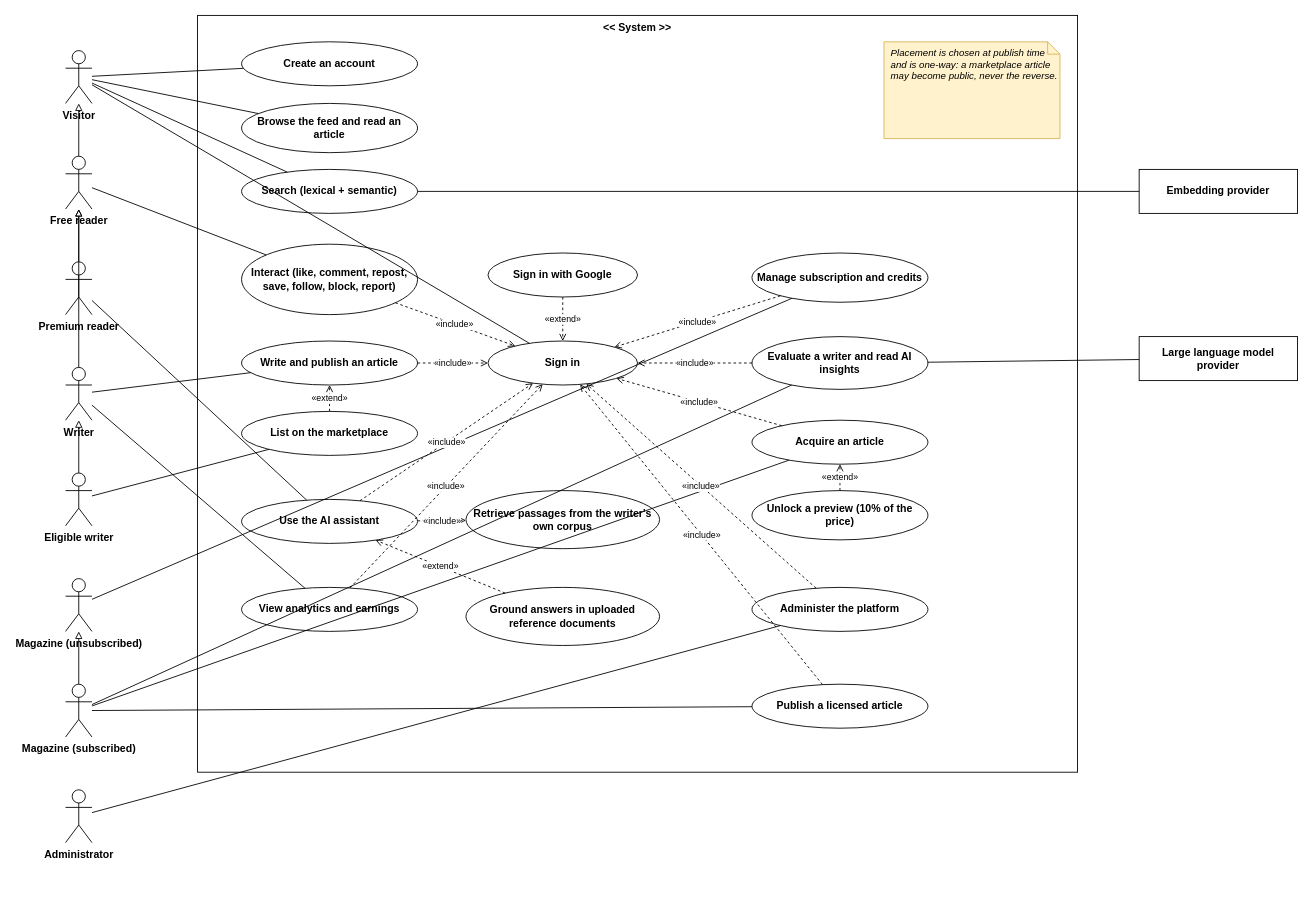
The draw.io diagram diagrams/fig-2-1-use-case-global/fig-2-1-use-case-global.drawio in inkwell-dev/spec.inkwell.ai, before the edit. Source tidied: cells renumbered, new cells numbered last; positions are measured from the earlier drawing's top-left corner, leaving out a move shared by most shapes. Both pictures are drawn from the tidied source at 88%, with x=0, y=0 at pixel (65, 15).
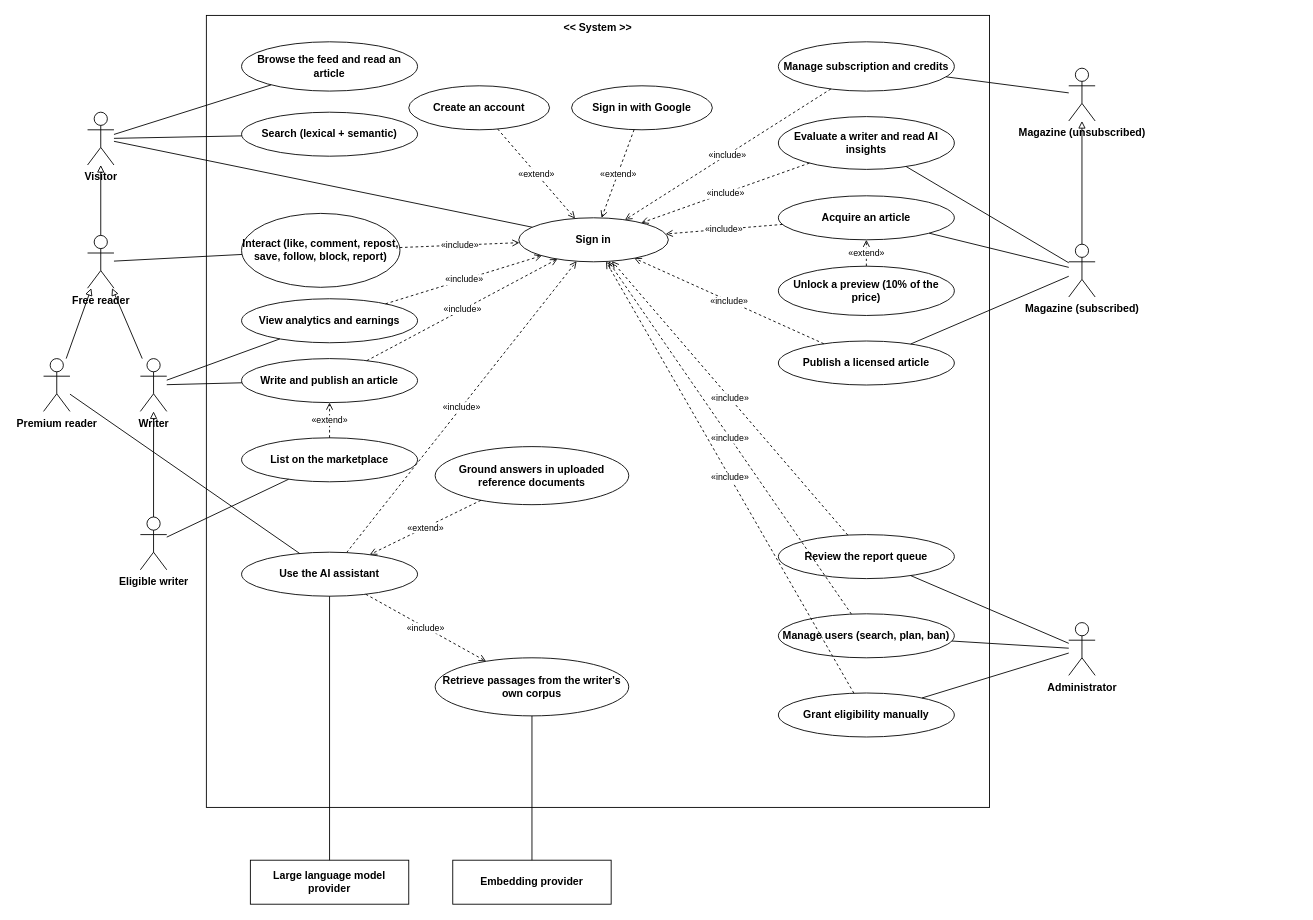
After the change.

What changed in the source:
```diff
@@
     <mxCell id="2" value="&lt;&lt; System &gt;&gt;" style="rounded=0;whiteSpace=wrap;html=1;verticalAlign=top;fontStyle=1;fontSize=12;" parent="1" vertex="1">
-      <mxGeometry x="150" width="1000" height="860" as="geometry" />
+      <mxGeometry x="160" width="890" height="900" as="geometry" />
     </mxCell>
     <mxCell id="3" value="Visitor" style="shape=umlActor;verticalLabelPosition=bottom;verticalAlign=top;html=1;outlineConnect=0;fontStyle=1;fontSize=12;" parent="1" vertex="1">
-      <mxGeometry y="40" width="30" height="60" as="geometry" />
+      <mxGeometry x="25" y="110" width="30" height="60" as="geometry" />
     </mxCell>
     <mxCell id="4" value="Free reader" style="shape=umlActor;verticalLabelPosition=bottom;verticalAlign=top;html=1;outlineConnect=0;fontStyle=1;fontSize=12;" parent="1" vertex="1">
-      <mxGeometry y="160" width="30" height="60" as="geometry" />
+      <mxGeometry x="25" y="250" width="30" height="60" as="geometry" />
     </mxCell>
     <mxCell id="5" value="Premium reader" style="shape=umlActor;verticalLabelPosition=bottom;verticalAlign=top;html=1;outlineConnect=0;fontStyle=1;fontSize=12;" parent="1" vertex="1">
-      <mxGeometry y="280" width="30" height="60" as="geometry" />
+      <mxGeometry x="-25" y="390" width="30" height="60" as="geometry" />
     </mxCell>
     <mxCell id="6" value="Writer" style="shape=umlActor;verticalLabelPosition=bottom;verticalAlign=top;html=1;outlineConnect=0;fontStyle=1;fontSize=12;" parent="1" vertex="1">
-      <mxGeometry y="400" width="30" height="60" as="geometry" />
+      <mxGeometry x="85" y="390" width="30" height="60" as="geometry" />
     </mxCell>
     <mxCell id="7" value="Eligible writer" style="shape=umlActor;verticalLabelPosition=bottom;verticalAlign=top;html=1;outlineConnect=0;fontStyle=1;fontSize=12;" parent="1" vertex="1">
-      <mxGeometry y="520" width="30" height="60" as="geometry" />
+      <mxGeometry x="85" y="570" width="30" height="60" as="geometry" />
     </mxCell>
     <mxCell id="8" value="Magazine (unsubscribed)" style="shape=umlActor;verticalLabelPosition=bottom;verticalAlign=top;html=1;outlineConnect=0;fontStyle=1;fontSize=12;" parent="1" vertex="1">
-      <mxGeometry y="640" width="30" height="60" as="geometry" />
+      <mxGeometry x="1140" y="60" width="30" height="60" as="geometry" />
     </mxCell>
     <mxCell id="9" value="Magazine (subscribed)" style="shape=umlActor;verticalLabelPosition=bottom;verticalAlign=top;html=1;outlineConnect=0;fontStyle=1;fontSize=12;" parent="1" vertex="1">
-      <mxGeometry y="760" width="30" height="60" as="geometry" />
+      <mxGeometry x="1140" y="260" width="30" height="60" as="geometry" />
     </mxCell>
     <mxCell id="10" value="Administrator" style="shape=umlActor;verticalLabelPosition=bottom;verticalAlign=top;html=1;outlineConnect=0;fontStyle=1;fontSize=12;" parent="1" vertex="1">
-      <mxGeometry y="880" width="30" height="60" as="geometry" />
+      <mxGeometry x="1140" y="690" width="30" height="60" as="geometry" />
     </mxCell>
-    <mxCell id="11" value="Create an account" style="ellipse;whiteSpace=wrap;html=1;fontStyle=1;fontSize=12;" parent="1" vertex="1">
-      <mxGeometry x="200" y="30" width="200" height="50" as="geometry" />
-    </mxCell>
     <mxCell id="12" value="Browse the feed and read an article" style="ellipse;whiteSpace=wrap;html=1;fontStyle=1;fontSize=12;" parent="1" vertex="1">
-      <mxGeometry x="200" y="100" width="200" height="56" as="geometry" />
+      <mxGeometry x="200" y="30" width="200" height="56" as="geometry" />
     </mxCell>
     <mxCell id="13" value="Search (lexical + semantic)" style="ellipse;whiteSpace=wrap;html=1;fontStyle=1;fontSize=12;" parent="1" vertex="1">
-      <mxGeometry x="200" y="175" width="200" height="50" as="geometry" />
+      <mxGeometry x="200" y="110" width="200" height="50" as="geometry" />
     </mxCell>
     <mxCell id="14" value="Interact (like, comment, repost, save, follow, block, report)" style="ellipse;whiteSpace=wrap;html=1;fontStyle=1;fontSize=12;" parent="1" vertex="1">
-      <mxGeometry x="200" y="260" width="200" height="80" as="geometry" />
+      <mxGeometry x="200" y="225" width="180" height="84" as="geometry" />
     </mxCell>
     <mxCell id="15" value="Write and publish an article" style="ellipse;whiteSpace=wrap;html=1;fontStyle=1;fontSize=12;" parent="1" vertex="1">
-      <mxGeometry x="200" y="370" width="200" height="50" as="geometry" />
+      <mxGeometry x="200" y="390" width="200" height="50" as="geometry" />
     </mxCell>
     <mxCell id="16" value="List on the marketplace" style="ellipse;whiteSpace=wrap;html=1;fontStyle=1;fontSize=12;" parent="1" vertex="1">
-      <mxGeometry x="200" y="450" width="200" height="50" as="geometry" />
+      <mxGeometry x="200" y="480" width="200" height="50" as="geometry" />
     </mxCell>
     <mxCell id="17" value="Use the AI assistant" style="ellipse;whiteSpace=wrap;html=1;fontStyle=1;fontSize=12;" parent="1" vertex="1">
-      <mxGeometry x="200" y="550" width="200" height="50" as="geometry" />
+      <mxGeometry x="200" y="610" width="200" height="50" as="geometry" />
     </mxCell>
     <mxCell id="18" value="View analytics and earnings" style="ellipse;whiteSpace=wrap;html=1;fontStyle=1;fontSize=12;" parent="1" vertex="1">
-      <mxGeometry x="200" y="650" width="200" height="50" as="geometry" />
+      <mxGeometry x="200" y="322" width="200" height="50" as="geometry" />
     </mxCell>
+    <mxCell id="11" value="Create an account" style="ellipse;whiteSpace=wrap;html=1;fontStyle=1;fontSize=12;" parent="1" vertex="1">
+      <mxGeometry x="390" y="80" width="160" height="50" as="geometry" />
+    </mxCell>
     <mxCell id="19" value="Sign in with Google" style="ellipse;whiteSpace=wrap;html=1;fontStyle=1;fontSize=12;" parent="1" vertex="1">
-      <mxGeometry x="480" y="270" width="170" height="50" as="geometry" />
+      <mxGeometry x="575" y="80" width="160" height="50" as="geometry" />
     </mxCell>
     <mxCell id="20" value="Sign in" style="ellipse;whiteSpace=wrap;html=1;fontStyle=1;fontSize=12;" parent="1" vertex="1">
-      <mxGeometry x="480" y="370" width="170" height="50" as="geometry" />
+      <mxGeometry x="515" y="230" width="170" height="50" as="geometry" />
     </mxCell>
     <mxCell id="21" value="Retrieve passages from the writer's own corpus" style="ellipse;whiteSpace=wrap;html=1;fontStyle=1;fontSize=12;" parent="1" vertex="1">
-      <mxGeometry x="455" y="540" width="220" height="66" as="geometry" />
+      <mxGeometry x="420" y="730" width="220" height="66" as="geometry" />
     </mxCell>
     <mxCell id="22" value="Ground answers in uploaded reference documents" style="ellipse;whiteSpace=wrap;html=1;fontStyle=1;fontSize=12;" parent="1" vertex="1">
-      <mxGeometry x="455" y="650" width="220" height="66" as="geometry" />
+      <mxGeometry x="420" y="490" width="220" height="66" as="geometry" />
     </mxCell>
     <mxCell id="23" value="Manage subscription and credits" style="ellipse;whiteSpace=wrap;html=1;fontStyle=1;fontSize=12;" parent="1" vertex="1">
-      <mxGeometry x="780" y="270" width="200" height="56" as="geometry" />
+      <mxGeometry x="810" y="30" width="200" height="56" as="geometry" />
     </mxCell>
     <mxCell id="24" value="Evaluate a writer and read AI insights" style="ellipse;whiteSpace=wrap;html=1;fontStyle=1;fontSize=12;" parent="1" vertex="1">
-      <mxGeometry x="780" y="365" width="200" height="60" as="geometry" />
+      <mxGeometry x="810" y="115" width="200" height="60" as="geometry" />
     </mxCell>
     <mxCell id="25" value="Acquire an article" style="ellipse;whiteSpace=wrap;html=1;fontStyle=1;fontSize=12;" parent="1" vertex="1">
-      <mxGeometry x="780" y="460" width="200" height="50" as="geometry" />
+      <mxGeometry x="810" y="205" width="200" height="50" as="geometry" />
     </mxCell>
     <mxCell id="26" value="Unlock a preview (10% of the price)" style="ellipse;whiteSpace=wrap;html=1;fontStyle=1;fontSize=12;" parent="1" vertex="1">
-      <mxGeometry x="780" y="540" width="200" height="56" as="geometry" />
+      <mxGeometry x="810" y="285" width="200" height="56" as="geometry" />
     </mxCell>
-    <mxCell id="27" value="Administer the platform" style="ellipse;whiteSpace=wrap;html=1;fontStyle=1;fontSize=12;" parent="1" vertex="1">
-      <mxGeometry x="780" y="650" width="200" height="50" as="geometry" />
-    </mxCell>
     <mxCell id="28" value="Publish a licensed article" style="ellipse;whiteSpace=wrap;html=1;fontStyle=1;fontSize=12;" parent="1" vertex="1">
-      <mxGeometry x="780" y="760" width="200" height="50" as="geometry" />
+      <mxGeometry x="810" y="370" width="200" height="50" as="geometry" />
     </mxCell>
+    <mxCell id="67" value="Review the report queue" style="ellipse;whiteSpace=wrap;html=1;fontStyle=1;fontSize=12;" parent="1" vertex="1">
+      <mxGeometry x="810" y="590" width="200" height="50" as="geometry" />
+    </mxCell>
+    <mxCell id="68" value="Manage users (search, plan, ban)" style="ellipse;whiteSpace=wrap;html=1;fontStyle=1;fontSize=12;" parent="1" vertex="1">
+      <mxGeometry x="810" y="680" width="200" height="50" as="geometry" />
+    </mxCell>
+    <mxCell id="69" value="Grant eligibility manually" style="ellipse;whiteSpace=wrap;html=1;fontStyle=1;fontSize=12;" parent="1" vertex="1">
+      <mxGeometry x="810" y="770" width="200" height="50" as="geometry" />
+    </mxCell>
+    <mxCell id="30" value="Embedding provider" style="rounded=0;whiteSpace=wrap;html=1;fontStyle=1;fontSize=12;" parent="1" vertex="1">
+      <mxGeometry x="440" y="960" width="180" height="50" as="geometry" />
+    </mxCell>
     <mxCell id="29" value="Large language model provider" style="rounded=0;whiteSpace=wrap;html=1;fontStyle=1;fontSize=12;" parent="1" vertex="1">
-      <mxGeometry x="1220" y="365" width="180" height="50" as="geometry" />
+      <mxGeometry x="210" y="960" width="180" height="50" as="geometry" />
     </mxCell>
-    <mxCell id="30" value="Embedding provider" style="rounded=0;whiteSpace=wrap;html=1;fontStyle=1;fontSize=12;" parent="1" vertex="1">
-      <mxGeometry x="1220" y="175" width="180" height="50" as="geometry" />
-    </mxCell>
-    <mxCell id="31" value="Placement is chosen at publish time and is one-way: a marketplace article may become public, never the reverse." style="shape=note;whiteSpace=wrap;html=1;fillColor=#FFF2CC;strokeColor=#D6B656;size=14;fontStyle=2;fontSize=11;align=left;verticalAlign=top;spacingLeft=6;" parent="1" vertex="1">
-      <mxGeometry x="930" y="30" width="200" height="110" as="geometry" />
-    </mxCell>
@@
-    <mxCell id="37" style="endArrow=none;html=1;edgeStyle=none;rounded=0;strokeColor=#000000;" parent="1" edge="1" source="3" target="11">
+    <mxCell id="37" style="endArrow=none;html=1;edgeStyle=none;rounded=0;strokeColor=#000000;" parent="1" edge="1" source="3" target="12">
       <mxGeometry relative="1" as="geometry" />
     </mxCell>
-    <mxCell id="38" style="endArrow=none;html=1;edgeStyle=none;rounded=0;strokeColor=#000000;" parent="1" edge="1" source="3" target="12">
+    <mxCell id="38" style="endArrow=none;html=1;edgeStyle=none;rounded=0;strokeColor=#000000;" parent="1" edge="1" source="3" target="13">
       <mxGeometry relative="1" as="geometry" />
     </mxCell>
-    <mxCell id="39" style="endArrow=none;html=1;edgeStyle=none;rounded=0;strokeColor=#000000;" parent="1" edge="1" source="3" target="13">
+    <mxCell id="39" style="endArrow=none;html=1;edgeStyle=none;rounded=0;strokeColor=#000000;" parent="1" edge="1" source="3" target="20">
       <mxGeometry relative="1" as="geometry" />
     </mxCell>
-    <mxCell id="40" style="endArrow=none;html=1;edgeStyle=none;rounded=0;strokeColor=#000000;" parent="1" edge="1" source="3" target="20">
+    <mxCell id="40" style="endArrow=none;html=1;edgeStyle=none;rounded=0;strokeColor=#000000;" parent="1" edge="1" source="4" target="14">
       <mxGeometry relative="1" as="geometry" />
     </mxCell>
-    <mxCell id="41" style="endArrow=none;html=1;edgeStyle=none;rounded=0;strokeColor=#000000;" parent="1" edge="1" source="4" target="14">
+    <mxCell id="41" style="endArrow=none;html=1;edgeStyle=none;rounded=0;strokeColor=#000000;" parent="1" edge="1" source="5" target="17">
       <mxGeometry relative="1" as="geometry" />
     </mxCell>
-    <mxCell id="42" style="endArrow=none;html=1;edgeStyle=none;rounded=0;strokeColor=#000000;" parent="1" edge="1" source="5" target="17">
+    <mxCell id="42" style="endArrow=none;html=1;edgeStyle=none;rounded=0;strokeColor=#000000;" parent="1" edge="1" source="6" target="15">
       <mxGeometry relative="1" as="geometry" />
     </mxCell>
-    <mxCell id="43" style="endArrow=none;html=1;edgeStyle=none;rounded=0;strokeColor=#000000;" parent="1" edge="1" source="6" target="15">
+    <mxCell id="43" style="endArrow=none;html=1;edgeStyle=none;rounded=0;strokeColor=#000000;" parent="1" edge="1" source="6" target="18">
       <mxGeometry relative="1" as="geometry" />
     </mxCell>
-    <mxCell id="44" style="endArrow=none;html=1;edgeStyle=none;rounded=0;strokeColor=#000000;" parent="1" edge="1" source="6" target="18">
+    <mxCell id="44" style="endArrow=none;html=1;edgeStyle=none;rounded=0;strokeColor=#000000;" parent="1" edge="1" source="7" target="16">
       <mxGeometry relative="1" as="geometry" />
     </mxCell>
-    <mxCell id="45" style="endArrow=none;html=1;edgeStyle=none;rounded=0;strokeColor=#000000;" parent="1" edge="1" source="7" target="16">
+    <mxCell id="45" style="endArrow=none;html=1;edgeStyle=none;rounded=0;strokeColor=#000000;" parent="1" edge="1" source="8" target="23">
       <mxGeometry relative="1" as="geometry" />
     </mxCell>
-    <mxCell id="46" style="endArrow=none;html=1;edgeStyle=none;rounded=0;strokeColor=#000000;" parent="1" edge="1" source="8" target="23">
+    <mxCell id="46" style="endArrow=none;html=1;edgeStyle=none;rounded=0;strokeColor=#000000;" parent="1" edge="1" source="9" target="24">
       <mxGeometry relative="1" as="geometry" />
     </mxCell>
-    <mxCell id="47" style="endArrow=none;html=1;edgeStyle=none;rounded=0;strokeColor=#000000;" parent="1" edge="1" source="9" target="24">
+    <mxCell id="47" style="endArrow=none;html=1;edgeStyle=none;rounded=0;strokeColor=#000000;" parent="1" edge="1" source="9" target="25">
       <mxGeometry relative="1" as="geometry" />
     </mxCell>
-    <mxCell id="48" style="endArrow=none;html=1;edgeStyle=none;rounded=0;strokeColor=#000000;" parent="1" edge="1" source="9" target="25">
+    <mxCell id="48" style="endArrow=none;html=1;edgeStyle=none;rounded=0;strokeColor=#000000;" parent="1" edge="1" source="9" target="28">
       <mxGeometry relative="1" as="geometry" />
     </mxCell>
-    <mxCell id="49" style="endArrow=none;html=1;edgeStyle=none;rounded=0;strokeColor=#000000;" parent="1" edge="1" source="9" target="28">
+    <mxCell id="49" style="endArrow=none;html=1;edgeStyle=none;rounded=0;strokeColor=#000000;" parent="1" edge="1" source="10" target="67">
       <mxGeometry relative="1" as="geometry" />
     </mxCell>
-    <mxCell id="50" style="endArrow=none;html=1;edgeStyle=none;rounded=0;strokeColor=#000000;" parent="1" edge="1" source="10" target="27">
+    <mxCell id="50" style="endArrow=none;html=1;edgeStyle=none;rounded=0;strokeColor=#000000;" parent="1" edge="1" source="10" target="68">
       <mxGeometry relative="1" as="geometry" />
     </mxCell>
-    <mxCell id="51" value="«include»" style="endArrow=open;endFill=0;dashed=1;html=1;edgeStyle=none;rounded=0;strokeColor=#000000;fontSize=10;" parent="1" edge="1" source="14" target="20">
+    <mxCell id="51" style="endArrow=none;html=1;edgeStyle=none;rounded=0;strokeColor=#000000;" parent="1" edge="1" source="10" target="69">
       <mxGeometry relative="1" as="geometry" />
     </mxCell>
-    <mxCell id="52" value="«include»" style="endArrow=open;endFill=0;dashed=1;html=1;edgeStyle=none;rounded=0;strokeColor=#000000;fontSize=10;" parent="1" edge="1" source="15" target="20">
+    <mxCell id="52" value="«include»" style="endArrow=open;endFill=0;dashed=1;html=1;edgeStyle=none;rounded=0;strokeColor=#000000;fontSize=10;" parent="1" edge="1" source="14" target="20">
       <mxGeometry relative="1" as="geometry" />
     </mxCell>
-    <mxCell id="53" value="«include»" style="endArrow=open;endFill=0;dashed=1;html=1;edgeStyle=none;rounded=0;strokeColor=#000000;fontSize=10;" parent="1" edge="1" source="17" target="20">
+    <mxCell id="53" value="«include»" style="endArrow=open;endFill=0;dashed=1;html=1;edgeStyle=none;rounded=0;strokeColor=#000000;fontSize=10;" parent="1" edge="1" source="15" target="20">
       <mxGeometry relative="1" as="geometry" />
     </mxCell>
-    <mxCell id="54" value="«include»" style="endArrow=open;endFill=0;dashed=1;html=1;edgeStyle=none;rounded=0;strokeColor=#000000;fontSize=10;" parent="1" edge="1" source="18" target="20">
+    <mxCell id="54" value="«include»" style="endArrow=open;endFill=0;dashed=1;html=1;edgeStyle=none;rounded=0;strokeColor=#000000;fontSize=10;" parent="1" edge="1" source="17" target="20">
       <mxGeometry relative="1" as="geometry" />
     </mxCell>
-    <mxCell id="55" value="«include»" style="endArrow=open;endFill=0;dashed=1;html=1;edgeStyle=none;rounded=0;strokeColor=#000000;fontSize=10;" parent="1" edge="1" source="23" target="20">
+    <mxCell id="55" value="«include»" style="endArrow=open;endFill=0;dashed=1;html=1;edgeStyle=none;rounded=0;strokeColor=#000000;fontSize=10;" parent="1" edge="1" source="18" target="20">
       <mxGeometry relative="1" as="geometry" />
     </mxCell>
-    <mxCell id="56" value="«include»" style="endArrow=open;endFill=0;dashed=1;html=1;edgeStyle=none;rounded=0;strokeColor=#000000;fontSize=10;" parent="1" edge="1" source="24" target="20">
+    <mxCell id="56" value="«include»" style="endArrow=open;endFill=0;dashed=1;html=1;edgeStyle=none;rounded=0;strokeColor=#000000;fontSize=10;" parent="1" edge="1" source="23" target="20">
       <mxGeometry relative="1" as="geometry" />
     </mxCell>
-    <mxCell id="57" value="«include»" style="endArrow=open;endFill=0;dashed=1;html=1;edgeStyle=none;rounded=0;strokeColor=#000000;fontSize=10;" parent="1" edge="1" source="25" target="20">
+    <mxCell id="57" value="«include»" style="endArrow=open;endFill=0;dashed=1;html=1;edgeStyle=none;rounded=0;strokeColor=#000000;fontSize=10;" parent="1" edge="1" source="24" target="20">
       <mxGeometry relative="1" as="geometry" />
     </mxCell>
-    <mxCell id="58" value="«include»" style="endArrow=open;endFill=0;dashed=1;html=1;edgeStyle=none;rounded=0;strokeColor=#000000;fontSize=10;" parent="1" edge="1" source="28" target="20">
+    <mxCell id="58" value="«include»" style="endArrow=open;endFill=0;dashed=1;html=1;edgeStyle=none;rounded=0;strokeColor=#000000;fontSize=10;" parent="1" edge="1" source="25" target="20">
       <mxGeometry relative="1" as="geometry" />
     </mxCell>
-    <mxCell id="59" value="«include»" style="endArrow=open;endFill=0;dashed=1;html=1;edgeStyle=none;rounded=0;strokeColor=#000000;fontSize=10;" parent="1" edge="1" source="27" target="20">
+    <mxCell id="59" value="«include»" style="endArrow=open;endFill=0;dashed=1;html=1;edgeStyle=none;rounded=0;strokeColor=#000000;fontSize=10;" parent="1" edge="1" source="28" target="20">
       <mxGeometry relative="1" as="geometry" />
     </mxCell>
-    <mxCell id="60" value="«extend»" style="endArrow=open;endFill=0;dashed=1;html=1;edgeStyle=none;rounded=0;strokeColor=#000000;fontSize=10;" parent="1" edge="1" source="19" target="20">
+    <mxCell id="60" value="«include»" style="endArrow=open;endFill=0;dashed=1;html=1;edgeStyle=none;rounded=0;strokeColor=#000000;fontSize=10;" parent="1" edge="1" source="67" target="20">
       <mxGeometry relative="1" as="geometry" />
     </mxCell>
-    <mxCell id="61" value="«extend»" style="endArrow=open;endFill=0;dashed=1;html=1;edgeStyle=none;rounded=0;strokeColor=#000000;fontSize=10;" parent="1" edge="1" source="16" target="15">
+    <mxCell id="61" value="«include»" style="endArrow=open;endFill=0;dashed=1;html=1;edgeStyle=none;rounded=0;strokeColor=#000000;fontSize=10;" parent="1" edge="1" source="68" target="20">
       <mxGeometry relative="1" as="geometry" />
     </mxCell>
-    <mxCell id="62" value="«extend»" style="endArrow=open;endFill=0;dashed=1;html=1;edgeStyle=none;rounded=0;strokeColor=#000000;fontSize=10;" parent="1" edge="1" source="26" target="25">
+    <mxCell id="62" value="«include»" style="endArrow=open;endFill=0;dashed=1;html=1;edgeStyle=none;rounded=0;strokeColor=#000000;fontSize=10;" parent="1" edge="1" source="69" target="20">
       <mxGeometry relative="1" as="geometry" />
     </mxCell>
-    <mxCell id="63" value="«extend»" style="endArrow=open;endFill=0;dashed=1;html=1;edgeStyle=none;rounded=0;strokeColor=#000000;fontSize=10;" parent="1" edge="1" source="22" target="17">
+    <mxCell id="63" value="«extend»" style="endArrow=open;endFill=0;dashed=1;html=1;edgeStyle=none;rounded=0;strokeColor=#000000;fontSize=10;" parent="1" edge="1" source="11" target="20">
       <mxGeometry relative="1" as="geometry" />
     </mxCell>
-    <mxCell id="64" value="«include»" style="endArrow=open;endFill=0;dashed=1;html=1;edgeStyle=none;rounded=0;strokeColor=#000000;fontSize=10;" parent="1" edge="1" source="17" target="21">
+    <mxCell id="64" value="«extend»" style="endArrow=open;endFill=0;dashed=1;html=1;edgeStyle=none;rounded=0;strokeColor=#000000;fontSize=10;" parent="1" edge="1" source="19" target="20">
       <mxGeometry relative="1" as="geometry" />
     </mxCell>
-    <mxCell id="65" style="endArrow=none;html=1;edgeStyle=none;rounded=0;strokeColor=#000000;" parent="1" edge="1" source="24" target="29">
+    <mxCell id="65" value="«extend»" style="endArrow=open;endFill=0;dashed=1;html=1;edgeStyle=none;rounded=0;strokeColor=#000000;fontSize=10;" parent="1" edge="1" source="16" target="15">
       <mxGeometry relative="1" as="geometry" />
     </mxCell>
-    <mxCell id="66" style="endArrow=none;html=1;edgeStyle=none;rounded=0;strokeColor=#000000;" parent="1" edge="1" source="13" target="30">
+    <mxCell id="66" value="«extend»" style="endArrow=open;endFill=0;dashed=1;html=1;edgeStyle=none;rounded=0;strokeColor=#000000;fontSize=10;" parent="1" edge="1" source="26" target="25">
       <mxGeometry relative="1" as="geometry" />
     </mxCell>
+    <mxCell id="70" value="«extend»" style="endArrow=open;endFill=0;dashed=1;html=1;edgeStyle=none;rounded=0;strokeColor=#000000;fontSize=10;" parent="1" edge="1" source="22" target="17">
+      <mxGeometry relative="1" as="geometry" />
+    </mxCell>
+    <mxCell id="71" value="«include»" style="endArrow=open;endFill=0;dashed=1;html=1;edgeStyle=none;rounded=0;strokeColor=#000000;fontSize=10;" parent="1" edge="1" source="17" target="21">
+      <mxGeometry relative="1" as="geometry" />
+    </mxCell>
+    <mxCell id="72" style="endArrow=none;html=1;edgeStyle=none;rounded=0;strokeColor=#000000;" parent="1" edge="1" source="21" target="30">
+      <mxGeometry relative="1" as="geometry" />
+    </mxCell>
+    <mxCell id="73" style="endArrow=none;html=1;edgeStyle=none;rounded=0;strokeColor=#000000;" parent="1" edge="1" source="17" target="29">
+      <mxGeometry relative="1" as="geometry" />
+    </mxCell>
```
